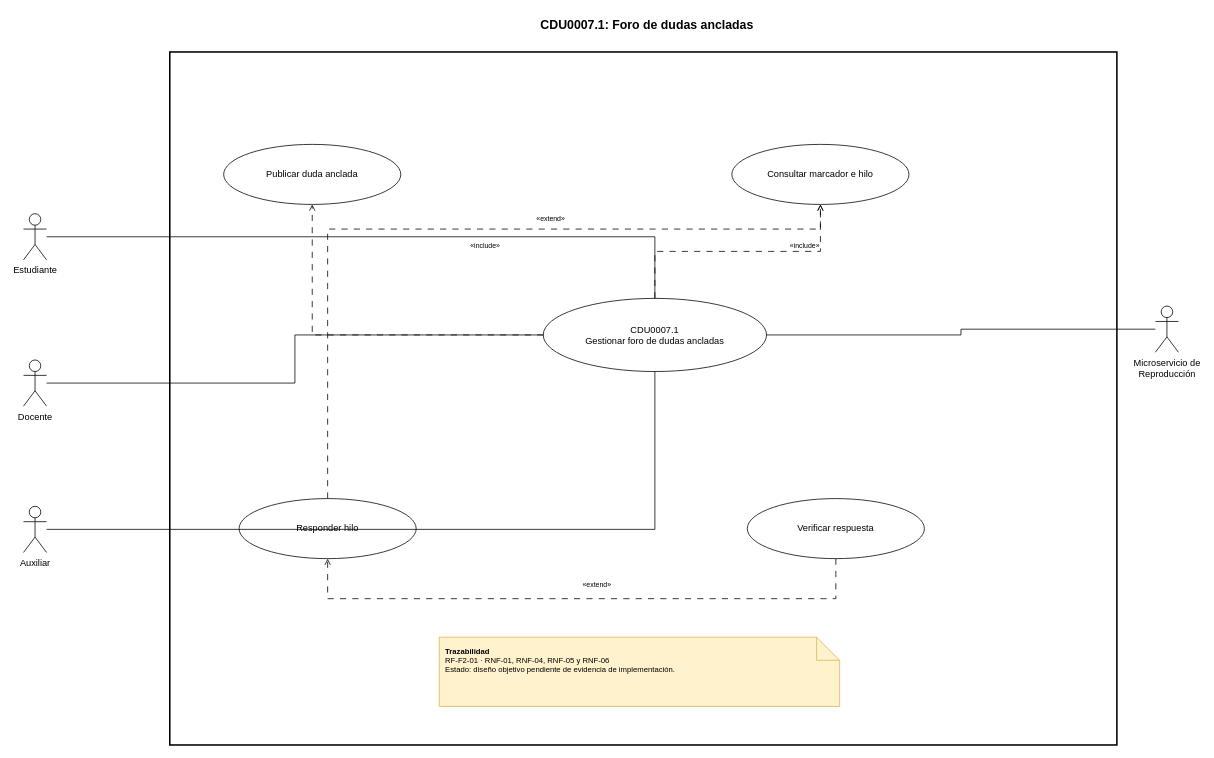
This is Documentacion/CDU/XML/CDU_Expandido_CDU28_202307691.drawio.xml from thanya-gate/SA_PROYECTO_202307691, a draw.io file, before an edit. Source tidied: cells renumbered, new cells numbered last; positions are measured from the earlier drawing's top-left corner, leaving out a move shared by most shapes. Both pictures are drawn from the tidied source at 77%, with x=0, y=0 at pixel (23, 13).
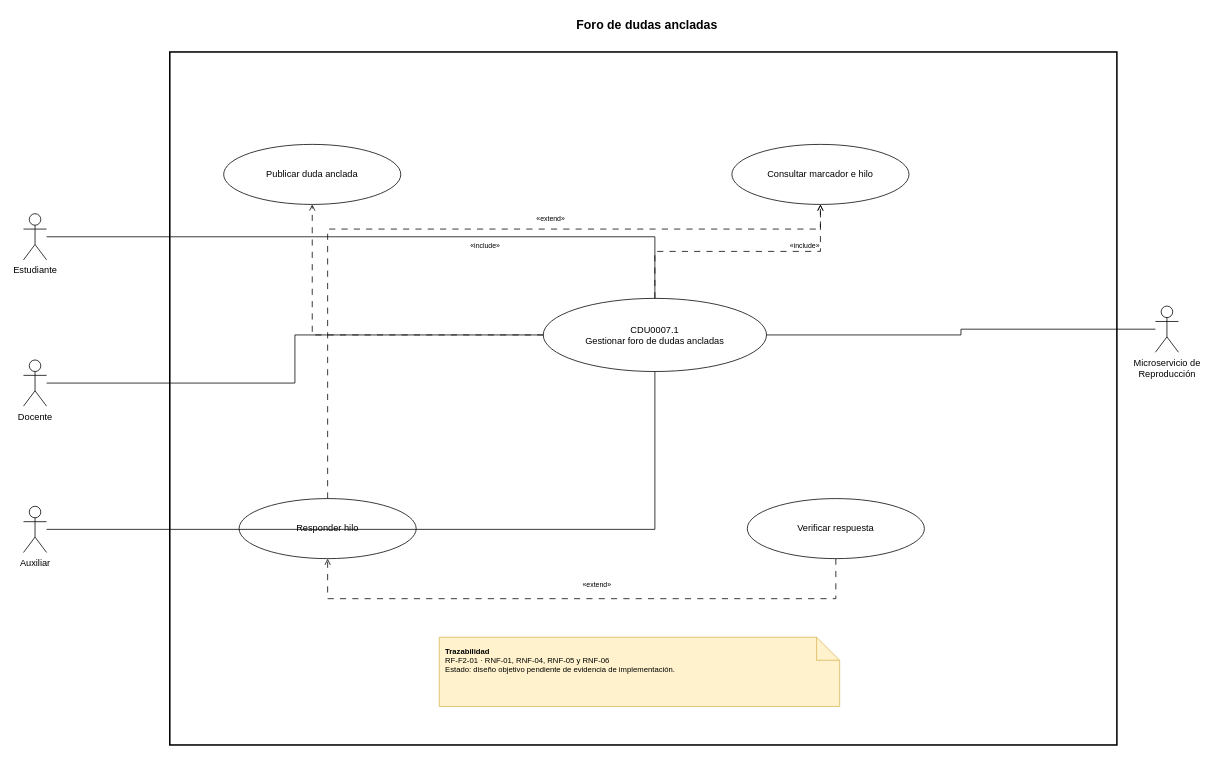
Above is the later version.

The edit, as a diff of the source:
```diff
@@
-    <mxCell id="3" value="CDU0007.1: Foro de dudas ancladas" style="text;html=1;whiteSpace=wrap;strokeColor=none;fillColor=none;align=center;verticalAlign=middle;fontStyle=1;fontSize=16;" parent="1" vertex="1">
+    <mxCell id="3" value="Foro de dudas ancladas" style="text;html=1;whiteSpace=wrap;strokeColor=none;fillColor=none;align=center;verticalAlign=middle;fontStyle=1;fontSize=16;" parent="1" vertex="1">
       <mxGeometry x="450" width="720" height="30" as="geometry" />
     </mxCell>
```
